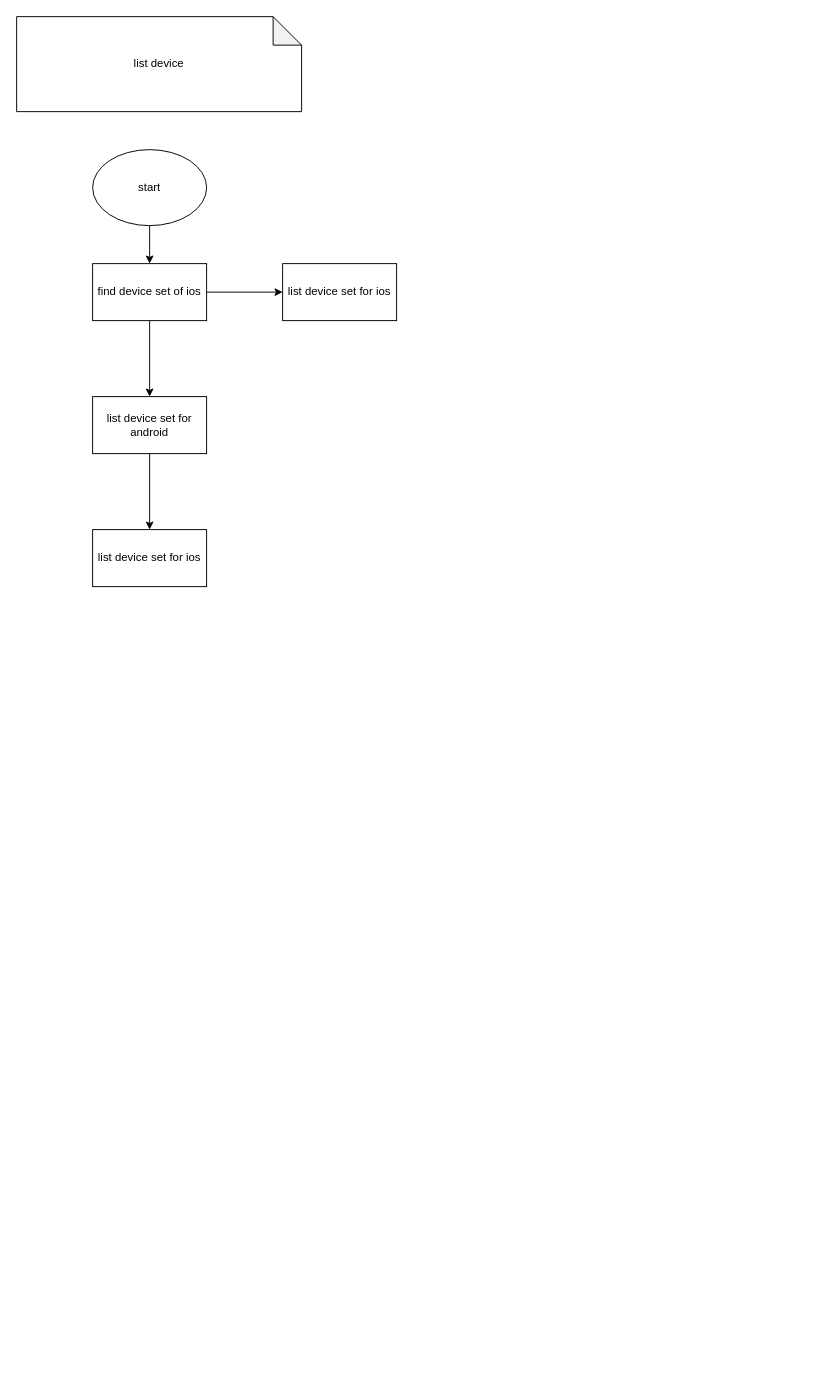
Above: page "make plan" (4 of 4) of test-platform2.drawio in SWE15041/ct (draw.io), before the change. Source tidied: cells renumbered, new cells numbered last; positions are measured from the earlier drawing's top-left corner, leaving out a move shared by most shapes. Both pictures are drawn from the tidied source at 95%, with x=0, y=0 at pixel (16, 16).
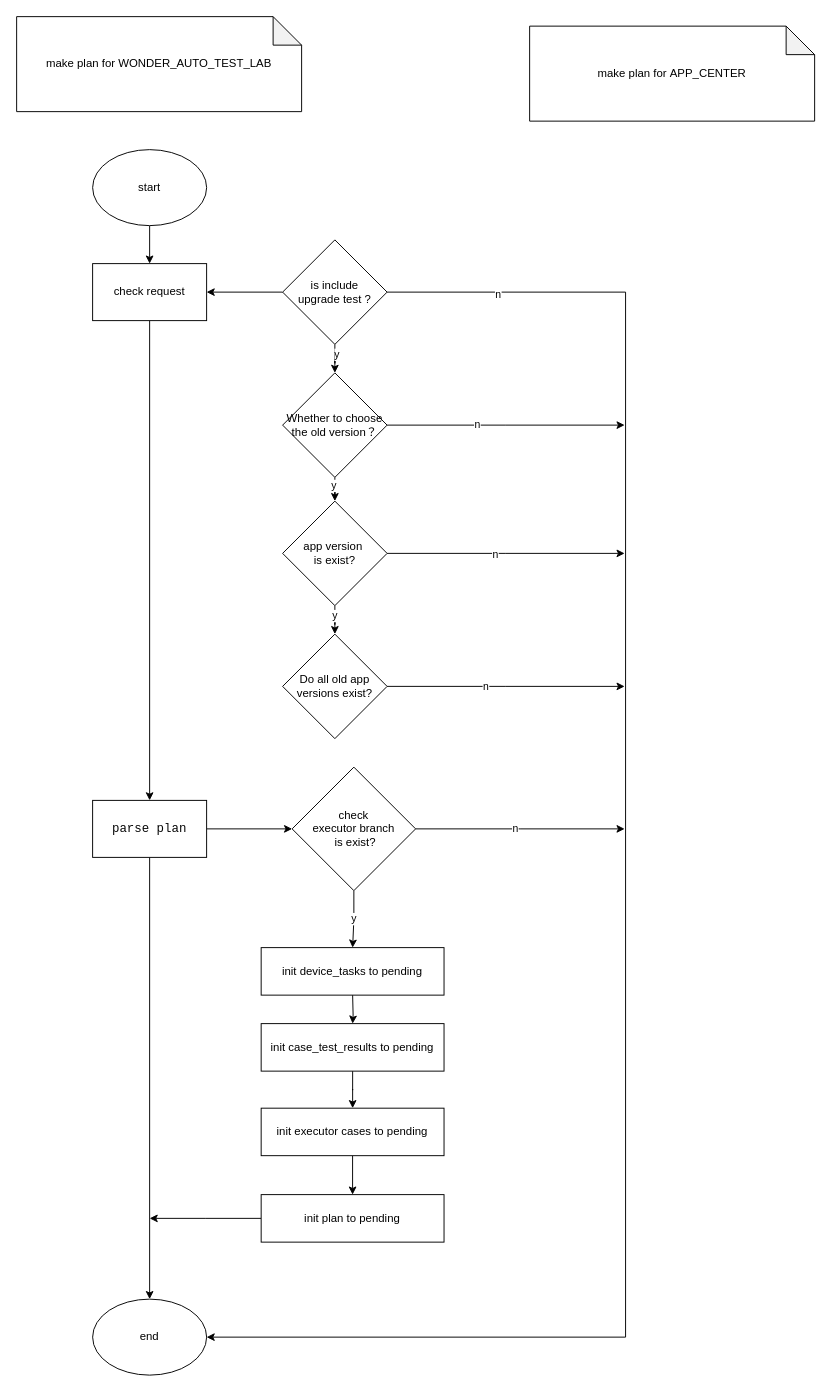
The same diagram, later.

Commit message:
make-plan

What changed in the source:
```diff
@@
-    <mxCell id="5" style="edgeStyle=orthogonalEdgeStyle;rounded=0;jettySize=auto;html=1;" parent="1" edge="1" source="6" target="11">
-      <mxGeometry relative="1" as="geometry" />
-    </mxCell>
-    <mxCell id="6" value="find device set of ios" style="whiteSpace=wrap;html=1;" parent="1" vertex="1">
+    <mxCell id="6" value="check request" style="whiteSpace=wrap;html=1;" parent="1" vertex="1">
       <mxGeometry x="80" y="260" width="120" height="60" as="geometry" />
     </mxCell>
-    <mxCell id="7" value="list device" style="shape=note;whiteSpace=wrap;html=1;backgroundOutline=1;darkOpacity=0.05;" parent="1" vertex="1">
+    <mxCell id="7" value="make plan for&amp;nbsp;WONDER_AUTO_TEST_LAB" style="shape=note;whiteSpace=wrap;html=1;backgroundOutline=1;darkOpacity=0.05;" parent="1" vertex="1">
       <mxGeometry width="300" height="100" as="geometry" />
     </mxCell>
-    <mxCell id="8" style="edgeStyle=orthogonalEdgeStyle;rounded=0;jettySize=auto;html=1;" parent="1" edge="1" source="9" target="10">
-      <mxGeometry relative="1" as="geometry" />
-    </mxCell>
+    <mxCell id="12" style="edgeStyle=orthogonalEdgeStyle;rounded=0;jettySize=auto;html=1;" parent="1" edge="1" source="9" target="37">
+      <mxGeometry relative="1" as="geometry" />
+    </mxCell>
+    <mxCell id="13" style="edgeStyle=orthogonalEdgeStyle;rounded=0;jettySize=auto;html=1;entryX=0.5;entryY=0;entryDx=0;entryDy=0;" parent="1" edge="1" source="9" target="46">
+      <mxGeometry relative="1" as="geometry" />
+    </mxCell>
-    <mxCell id="9" value="list device set for android" style="whiteSpace=wrap;html=1;" parent="1" vertex="1">
-      <mxGeometry x="80" y="400" width="120" height="60" as="geometry" />
+    <mxCell id="9" value="&lt;pre style=&quot;background-color:#ffffff;color:#080808;font-family:'JetBrains Mono',monospace;font-size:9.8pt;&quot;&gt;parse plan&lt;/pre&gt;" style="whiteSpace=wrap;html=1;" parent="1" vertex="1">
+      <mxGeometry x="80" y="825" width="120" height="60" as="geometry" />
     </mxCell>
-    <mxCell id="10" value="list device set for ios" style="whiteSpace=wrap;html=1;" parent="1" vertex="1">
-      <mxGeometry x="80" y="540" width="120" height="60" as="geometry" />
-    </mxCell>
-    <mxCell id="11" value="list device set for ios" style="whiteSpace=wrap;html=1;" parent="1" vertex="1">
-      <mxGeometry x="280" y="260" width="120" height="60" as="geometry" />
-    </mxCell>
+    <mxCell id="14" value="make plan for&amp;nbsp;APP_CENTER" style="shape=note;whiteSpace=wrap;html=1;backgroundOutline=1;darkOpacity=0.05;" parent="1" vertex="1">
+      <mxGeometry x="540" y="10" width="300" height="100" as="geometry" />
+    </mxCell>
+    <mxCell id="15" style="edgeStyle=orthogonalEdgeStyle;rounded=0;jettySize=auto;html=1;" parent="1" edge="1" source="20" target="25">
+      <mxGeometry relative="1" as="geometry" />
+    </mxCell>
+    <mxCell id="16" value="y" style="edgeLabel;html=1;align=center;verticalAlign=middle;" parent="15" vertex="1">
+      <mxGeometry x="0.2" y="1" relative="1" as="geometry" />
+    </mxCell>
+    <mxCell id="17" style="edgeStyle=orthogonalEdgeStyle;rounded=0;jettySize=auto;html=1;entryX=1;entryY=0.5;entryDx=0;entryDy=0;" parent="1" edge="1" source="20" target="6">
+      <mxGeometry relative="1" as="geometry" />
+    </mxCell>
+    <mxCell id="18" style="edgeStyle=orthogonalEdgeStyle;rounded=0;jettySize=auto;html=1;entryX=1;entryY=0.5;entryDx=0;entryDy=0;" parent="1" edge="1" source="20" target="46">
+      <mxGeometry relative="1" as="geometry">
+        <Array as="points">
+          <mxPoint x="641" y="290" />
+          <mxPoint x="641" y="1390" />
+        </Array>
+      </mxGeometry>
+    </mxCell>
+    <mxCell id="19" value="n" style="edgeLabel;html=1;align=center;verticalAlign=middle;" parent="18" vertex="1">
+      <mxGeometry x="-0.87" y="-2" relative="1" as="geometry" />
+    </mxCell>
+    <mxCell id="20" value="is include &lt;br&gt;upgrade test ?" style="rhombus;whiteSpace=wrap;html=1;" parent="1" vertex="1">
+      <mxGeometry x="280" y="235" width="110" height="110" as="geometry" />
+    </mxCell>
+    <mxCell id="21" style="edgeStyle=orthogonalEdgeStyle;rounded=0;jettySize=auto;html=1;" parent="1" edge="1" source="25" target="30">
+      <mxGeometry relative="1" as="geometry" />
+    </mxCell>
+    <mxCell id="22" value="y" style="edgeLabel;html=1;align=center;verticalAlign=middle;" parent="21" vertex="1">
+      <mxGeometry x="0.36" y="-2" relative="1" as="geometry">
+        <mxPoint y="1" as="offset" />
+      </mxGeometry>
+    </mxCell>
+    <mxCell id="23" style="edgeStyle=orthogonalEdgeStyle;rounded=0;jettySize=auto;html=1;" parent="1" edge="1" source="25">
+      <mxGeometry relative="1" as="geometry">
+        <mxPoint x="640" y="430" as="targetPoint" />
+      </mxGeometry>
+    </mxCell>
+    <mxCell id="24" value="n" style="edgeLabel;html=1;align=center;verticalAlign=middle;" parent="23" vertex="1">
+      <mxGeometry x="-0.25" y="1" relative="1" as="geometry" />
+    </mxCell>
+    <mxCell id="25" value="Whether to choose the old version？" style="rhombus;whiteSpace=wrap;html=1;" parent="1" vertex="1">
+      <mxGeometry x="280" y="375" width="110" height="110" as="geometry" />
+    </mxCell>
+    <mxCell id="26" style="edgeStyle=orthogonalEdgeStyle;rounded=0;jettySize=auto;html=1;" parent="1" edge="1" source="30" target="33">
+      <mxGeometry relative="1" as="geometry" />
+    </mxCell>
+    <mxCell id="27" value="y" style="edgeLabel;html=1;align=center;verticalAlign=middle;" parent="26" vertex="1">
+      <mxGeometry x="-0.62" y="-1" relative="1" as="geometry" />
+    </mxCell>
+    <mxCell id="28" style="edgeStyle=orthogonalEdgeStyle;rounded=0;jettySize=auto;html=1;" parent="1" edge="1" source="30">
+      <mxGeometry relative="1" as="geometry">
+        <mxPoint x="640" y="565" as="targetPoint" />
+      </mxGeometry>
+    </mxCell>
+    <mxCell id="29" value="n" style="edgeLabel;html=1;align=center;verticalAlign=middle;" parent="28" vertex="1">
+      <mxGeometry x="-0.1" relative="1" as="geometry" />
+    </mxCell>
+    <mxCell id="30" value="app version&amp;nbsp;&lt;br&gt;is exist?" style="rhombus;whiteSpace=wrap;html=1;" parent="1" vertex="1">
+      <mxGeometry x="280" y="510" width="110" height="110" as="geometry" />
+    </mxCell>
+    <mxCell id="31" style="edgeStyle=orthogonalEdgeStyle;rounded=0;jettySize=auto;html=1;" parent="1" edge="1" source="33">
+      <mxGeometry relative="1" as="geometry">
+        <mxPoint x="640" y="705" as="targetPoint" />
+      </mxGeometry>
+    </mxCell>
+    <mxCell id="32" value="n" style="edgeLabel;html=1;align=center;verticalAlign=middle;" parent="31" vertex="1">
+      <mxGeometry x="-0.18" y="1" relative="1" as="geometry" />
+    </mxCell>
+    <mxCell id="33" value="Do all old app versions exist?" style="rhombus;whiteSpace=wrap;html=1;" parent="1" vertex="1">
+      <mxGeometry x="280" y="650" width="110" height="110" as="geometry" />
+    </mxCell>
+    <mxCell id="34" value="y" style="edgeStyle=orthogonalEdgeStyle;rounded=0;jettySize=auto;html=1;" parent="1" edge="1" source="37">
+      <mxGeometry relative="1" as="geometry">
+        <mxPoint x="353.7" y="980" as="targetPoint" />
+      </mxGeometry>
+    </mxCell>
+    <mxCell id="35" style="edgeStyle=orthogonalEdgeStyle;rounded=0;jettySize=auto;html=1;" parent="1" edge="1" source="37">
+      <mxGeometry relative="1" as="geometry">
+        <mxPoint x="640" y="855" as="targetPoint" />
+      </mxGeometry>
+    </mxCell>
+    <mxCell id="36" value="n" style="edgeLabel;html=1;align=center;verticalAlign=middle;" parent="35" vertex="1">
+      <mxGeometry x="-0.06" y="1" relative="1" as="geometry" />
+    </mxCell>
+    <mxCell id="37" value="check &lt;br&gt;executor branch&lt;br&gt;&amp;nbsp;is exist?" style="rhombus;whiteSpace=wrap;html=1;" parent="1" vertex="1">
+      <mxGeometry x="290" y="790" width="130" height="130" as="geometry" />
+    </mxCell>
+    <mxCell id="38" style="edgeStyle=orthogonalEdgeStyle;rounded=0;jettySize=auto;html=1;" parent="1" edge="1" target="40">
+      <mxGeometry relative="1" as="geometry">
+        <mxPoint x="353.7" y="1030" as="sourcePoint" />
+      </mxGeometry>
+    </mxCell>
+    <mxCell id="39" style="edgeStyle=orthogonalEdgeStyle;rounded=0;jettySize=auto;html=1;" parent="1" edge="1" source="40" target="42">
+      <mxGeometry relative="1" as="geometry" />
+    </mxCell>
+    <mxCell id="40" value="init case_test_results to pending" style="whiteSpace=wrap;html=1;" parent="1" vertex="1">
+      <mxGeometry x="257.4" y="1060" width="192.5" height="50" as="geometry" />
+    </mxCell>
+    <mxCell id="41" style="edgeStyle=orthogonalEdgeStyle;rounded=0;jettySize=auto;html=1;" parent="1" edge="1" source="42" target="44">
+      <mxGeometry relative="1" as="geometry" />
+    </mxCell>
+    <mxCell id="42" value="init executor cases to pending" style="whiteSpace=wrap;html=1;" parent="1" vertex="1">
+      <mxGeometry x="257.4" y="1149" width="192.5" height="50" as="geometry" />
+    </mxCell>
+    <mxCell id="43" style="edgeStyle=orthogonalEdgeStyle;rounded=0;jettySize=auto;html=1;" parent="1" edge="1" source="44">
+      <mxGeometry relative="1" as="geometry">
+        <mxPoint x="140" y="1265" as="targetPoint" />
+      </mxGeometry>
+    </mxCell>
+    <mxCell id="44" value="init plan to pending" style="whiteSpace=wrap;html=1;" parent="1" vertex="1">
+      <mxGeometry x="257.4" y="1240" width="192.5" height="50" as="geometry" />
+    </mxCell>
+    <mxCell id="45" value="init device_tasks to pending" style="whiteSpace=wrap;html=1;" parent="1" vertex="1">
+      <mxGeometry x="257.4" y="980" width="192.5" height="50" as="geometry" />
+    </mxCell>
+    <mxCell id="46" value="end" style="ellipse;whiteSpace=wrap;html=1;" parent="1" vertex="1">
+      <mxGeometry x="80" y="1350" width="120" height="80" as="geometry" />
+    </mxCell>
```
